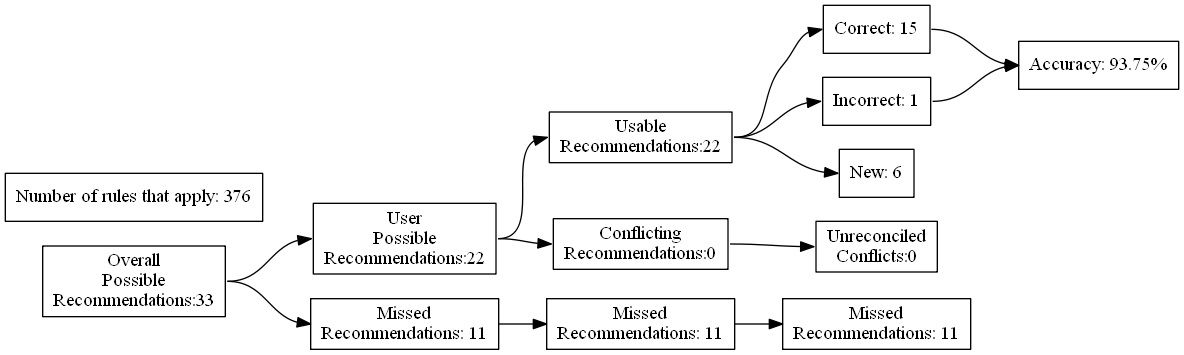
The Graphviz diagram test_renders/91.gv.png in ZaxR/ibd_diet_analysis, before a commit. Its source is kept beside it as test_renders/91.gv.
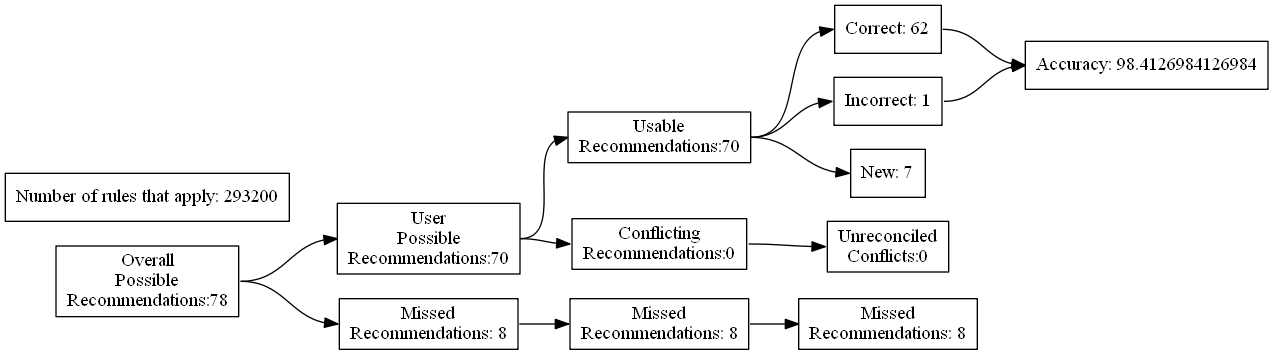
After the change.

Change to the diagram source:
```diff
@@ -4,27 +4,27 @@
 	edge [headport=w tailport=e]
 		A [label="Overall
 Possible
-Recommendations:33"]
+Recommendations:78"]
 		B [label="User
 Possible
-Recommendations:22"]
+Recommendations:70"]
 		C [label="Missed
-Recommendations: 11"]
+Recommendations: 8"]
 		D [label="Usable
-Recommendations:22"]
+Recommendations:70"]
 		E [label="Conflicting
 Recommendations:0"]
 		J [label="Missed
-Recommendations: 11"]
+Recommendations: 8"]
 		M [label="Unreconciled
 Conflicts:0"]
-		F [label="Correct: 15"]
+		F [label="Correct: 62"]
 		G [label="Incorrect: 1"]
-		H [label="New: 6"]
+		H [label="New: 7"]
 		K [label="Missed
-Recommendations: 11"]
-		I [label="Accuracy: 93.75%"]
-		l [label="Number of rules that apply: 376"]
+Recommendations: 8"]
+		I [label="Accuracy: 98.4126984126984"]
+		l [label="Number of rules that apply: 293200"]
 			A -> B
 			A -> C
 			B -> D
```
